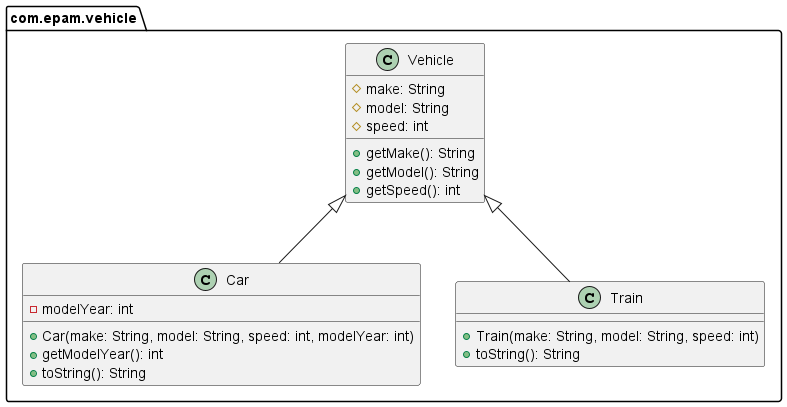
Earlier version of the PlantUML export vehicle-asmt/vehicle.png (epam-java-cre/exercise-specification-images).
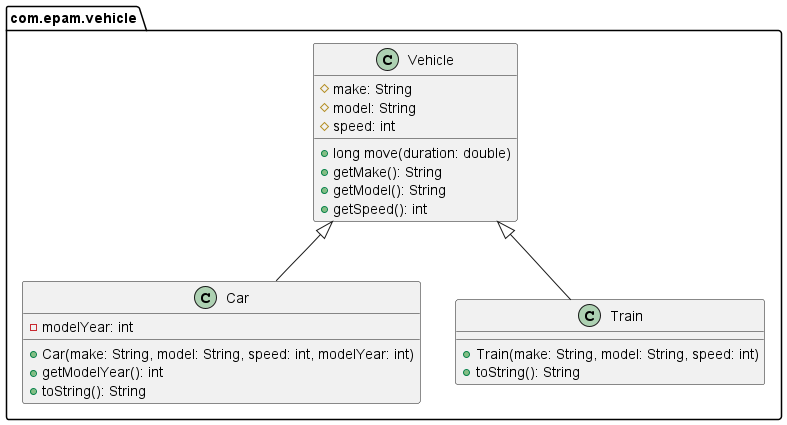
Above is the later version.

Diff of the diagram source:
```diff
@@ -6,6 +6,7 @@
         # make: String
         # model: String
         # speed: int
+        + long move(duration: double)
         + getMake(): String
         + getModel(): String
         + getSpeed(): int
```
